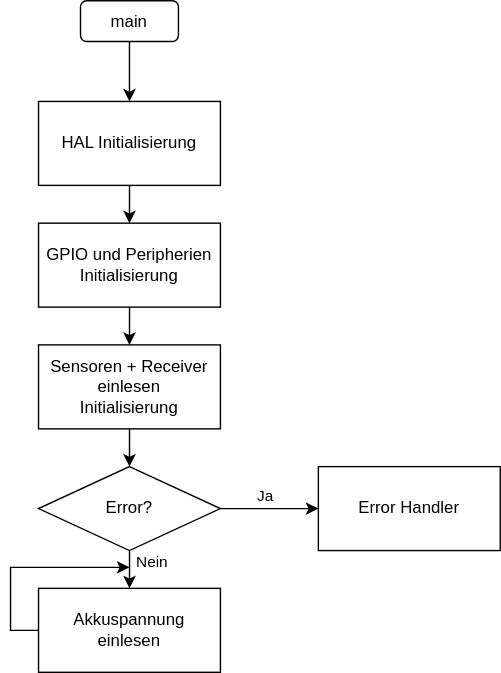
This is Dokumentation/Bilder/Softwarearchitektur/Softwarearchitektur-main.drawio.svg from FrogMoment/FPV_Drohne_202324, a draw.io export, as it was before one commit. Source tidied: cells renumbered, new cells last; positions are measured from the earlier drawing's top-left corner, leaving out a move shared by most shapes. Its diagram source:
```xml
<mxGraphModel>
  <root>
    <mxCell id="0" />
    <mxCell id="1" parent="0" />
    <mxCell id="2" style="edgeStyle=orthogonalEdgeStyle;rounded=0;jettySize=auto;html=1;entryX=0.5;entryY=0;entryDx=0;entryDy=0;" parent="1" edge="1" source="3" target="5">
      <mxGeometry relative="1" as="geometry" />
    </mxCell>
    <mxCell id="3" value="main" style="whiteSpace=wrap;html=1;rounded=1;" parent="1" vertex="1">
      <mxGeometry x="50" width="70" height="29.1" as="geometry" />
    </mxCell>
    <mxCell id="4" style="edgeStyle=orthogonalEdgeStyle;rounded=0;jettySize=auto;html=1;entryX=0.5;entryY=0;entryDx=0;entryDy=0;" parent="1" edge="1" source="5" target="7">
      <mxGeometry relative="1" as="geometry" />
    </mxCell>
    <mxCell id="5" value="HAL Initialisierung" style="whiteSpace=wrap;html=1;" parent="1" vertex="1">
      <mxGeometry x="20" y="72" width="130" height="60" as="geometry" />
    </mxCell>
    <mxCell id="6" style="edgeStyle=orthogonalEdgeStyle;rounded=0;jettySize=auto;html=1;entryX=0.5;entryY=0;entryDx=0;entryDy=0;" parent="1" edge="1" source="7" target="9">
      <mxGeometry relative="1" as="geometry" />
    </mxCell>
    <mxCell id="7" value="GPIO und Peripherien Initialisierung" style="whiteSpace=wrap;html=1;" parent="1" vertex="1">
      <mxGeometry x="20" y="159" width="130" height="60" as="geometry" />
    </mxCell>
    <mxCell id="8" style="edgeStyle=orthogonalEdgeStyle;rounded=0;jettySize=auto;html=1;entryX=0.5;entryY=0;entryDx=0;entryDy=0;" parent="1" edge="1" source="9" target="14">
      <mxGeometry relative="1" as="geometry" />
    </mxCell>
    <mxCell id="9" value="Sensoren + Receiver einlesen&lt;br&gt;Initialisierung" style="whiteSpace=wrap;html=1;" parent="1" vertex="1">
      <mxGeometry x="20" y="246" width="130" height="60" as="geometry" />
    </mxCell>
    <mxCell id="10" style="edgeStyle=orthogonalEdgeStyle;rounded=0;jettySize=auto;html=1;entryX=0.5;entryY=0;entryDx=0;entryDy=0;" parent="1" edge="1" source="14">
      <mxGeometry relative="1" as="geometry">
        <mxPoint x="85" y="420" as="targetPoint" />
      </mxGeometry>
    </mxCell>
    <mxCell id="11" value="Nein" style="edgeLabel;html=1;align=center;verticalAlign=middle;" parent="10" vertex="1">
      <mxGeometry x="-0.27" relative="1" as="geometry">
        <mxPoint x="16" y="-3" as="offset" />
      </mxGeometry>
    </mxCell>
    <mxCell id="12" style="edgeStyle=orthogonalEdgeStyle;rounded=0;jettySize=auto;html=1;entryX=0;entryY=0.5;entryDx=0;entryDy=0;" parent="1" edge="1" source="14" target="15">
      <mxGeometry relative="1" as="geometry" />
    </mxCell>
    <mxCell id="13" value="Ja" style="edgeLabel;html=1;align=center;verticalAlign=middle;" parent="12" vertex="1">
      <mxGeometry x="-0.38" relative="1" as="geometry">
        <mxPoint x="10" y="-9" as="offset" />
      </mxGeometry>
    </mxCell>
    <mxCell id="14" value="Error?" style="rhombus;whiteSpace=wrap;html=1;" parent="1" vertex="1">
      <mxGeometry x="20" y="333" width="130" height="60" as="geometry" />
    </mxCell>
    <mxCell id="15" value="Error Handler" style="whiteSpace=wrap;html=1;" parent="1" vertex="1">
      <mxGeometry x="220" y="333" width="130" height="60" as="geometry" />
    </mxCell>
    <mxCell id="16" value="Akkuspannung&lt;br&gt;einlesen" style="whiteSpace=wrap;html=1;" parent="1" vertex="1">
      <mxGeometry x="20" y="420" width="130" height="60" as="geometry" />
    </mxCell>
    <mxCell id="17" style="endArrow=classic;html=1;rounded=0;exitX=0;exitY=0.5;exitDx=0;exitDy=0;" parent="1" edge="1" source="16">
      <mxGeometry relative="1" as="geometry">
        <mxPoint x="85" y="405" as="targetPoint" />
        <Array as="points">
          <mxPoint y="450" />
          <mxPoint y="405" />
        </Array>
      </mxGeometry>
    </mxCell>
  </root>
</mxGraphModel>
```
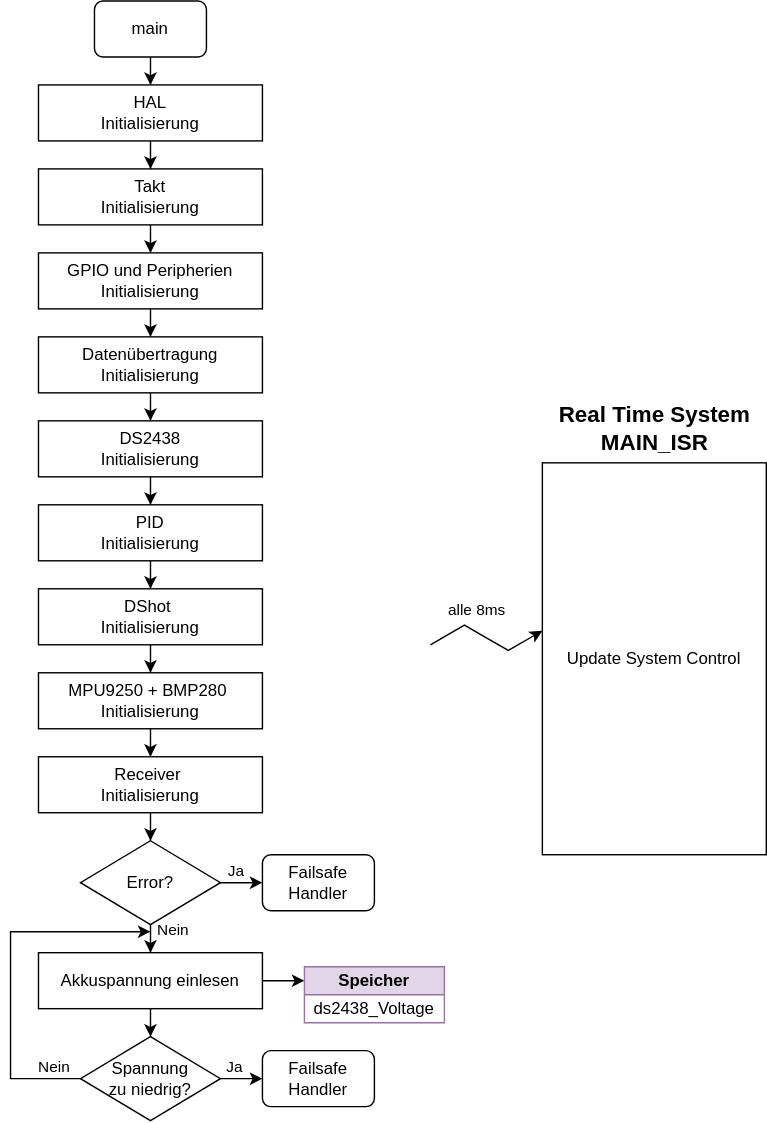
The same file after the commit.

What changed in the source:
```diff
@@ -6,61 +6,143 @@
       <mxGeometry relative="1" as="geometry" />
     </mxCell>
     <mxCell id="3" value="main" style="whiteSpace=wrap;html=1;rounded=1;" parent="1" vertex="1">
-      <mxGeometry x="50" width="70" height="29.1" as="geometry" />
+      <mxGeometry x="890" y="-40" width="80" height="40" as="geometry" />
     </mxCell>
-    <mxCell id="4" style="edgeStyle=orthogonalEdgeStyle;rounded=0;jettySize=auto;html=1;entryX=0.5;entryY=0;entryDx=0;entryDy=0;" parent="1" edge="1" source="5" target="7">
-      <mxGeometry relative="1" as="geometry" />
-    </mxCell>
+    <mxCell id="18" style="edgeStyle=orthogonalEdgeStyle;rounded=0;jettySize=auto;html=1;entryX=0.5;entryY=0;entryDx=0;entryDy=0;" parent="1" edge="1" source="5" target="20">
+      <mxGeometry relative="1" as="geometry" />
+    </mxCell>
-    <mxCell id="5" value="HAL Initialisierung" style="whiteSpace=wrap;html=1;" parent="1" vertex="1">
-      <mxGeometry x="20" y="72" width="130" height="60" as="geometry" />
+    <mxCell id="5" value="HAL&lt;div&gt;Initialisierung&lt;/div&gt;" style="whiteSpace=wrap;html=1;" parent="1" vertex="1">
+      <mxGeometry x="850" y="20" width="160" height="40" as="geometry" />
     </mxCell>
-    <mxCell id="6" style="edgeStyle=orthogonalEdgeStyle;rounded=0;jettySize=auto;html=1;entryX=0.5;entryY=0;entryDx=0;entryDy=0;" parent="1" edge="1" source="7" target="9">
-      <mxGeometry relative="1" as="geometry" />
-    </mxCell>
+    <mxCell id="19" style="edgeStyle=orthogonalEdgeStyle;rounded=0;jettySize=auto;html=1;entryX=0.5;entryY=0;entryDx=0;entryDy=0;" parent="1" edge="1" source="20" target="7">
+      <mxGeometry relative="1" as="geometry" />
+    </mxCell>
+    <mxCell id="20" value="Takt&lt;div&gt;Initialisierung&lt;/div&gt;" style="whiteSpace=wrap;html=1;" parent="1" vertex="1">
+      <mxGeometry x="850" y="80" width="160" height="40" as="geometry" />
+    </mxCell>
+    <mxCell id="21" style="edgeStyle=orthogonalEdgeStyle;rounded=0;jettySize=auto;html=1;entryX=0.5;entryY=0;entryDx=0;entryDy=0;" parent="1" edge="1" source="7" target="23">
+      <mxGeometry relative="1" as="geometry" />
+    </mxCell>
     <mxCell id="7" value="GPIO und Peripherien Initialisierung" style="whiteSpace=wrap;html=1;" parent="1" vertex="1">
-      <mxGeometry x="20" y="159" width="130" height="60" as="geometry" />
+      <mxGeometry x="850" y="140" width="160" height="40" as="geometry" />
     </mxCell>
-    <mxCell id="8" style="edgeStyle=orthogonalEdgeStyle;rounded=0;jettySize=auto;html=1;entryX=0.5;entryY=0;entryDx=0;entryDy=0;" parent="1" edge="1" source="9" target="14">
-      <mxGeometry relative="1" as="geometry" />
-    </mxCell>
-    <mxCell id="9" value="Sensoren + Receiver einlesen&lt;br&gt;Initialisierung" style="whiteSpace=wrap;html=1;" parent="1" vertex="1">
-      <mxGeometry x="20" y="246" width="130" height="60" as="geometry" />
-    </mxCell>
-    <mxCell id="10" style="edgeStyle=orthogonalEdgeStyle;rounded=0;jettySize=auto;html=1;entryX=0.5;entryY=0;entryDx=0;entryDy=0;" parent="1" edge="1" source="14">
-      <mxGeometry relative="1" as="geometry">
-        <mxPoint x="85" y="420" as="targetPoint" />
-      </mxGeometry>
-    </mxCell>
-    <mxCell id="11" value="Nein" style="edgeLabel;html=1;align=center;verticalAlign=middle;" parent="10" vertex="1">
-      <mxGeometry x="-0.27" relative="1" as="geometry">
-        <mxPoint x="16" y="-3" as="offset" />
-      </mxGeometry>
-    </mxCell>
-    <mxCell id="12" style="edgeStyle=orthogonalEdgeStyle;rounded=0;jettySize=auto;html=1;entryX=0;entryY=0.5;entryDx=0;entryDy=0;" parent="1" edge="1" source="14" target="15">
-      <mxGeometry relative="1" as="geometry" />
-    </mxCell>
-    <mxCell id="13" value="Ja" style="edgeLabel;html=1;align=center;verticalAlign=middle;" parent="12" vertex="1">
-      <mxGeometry x="-0.38" relative="1" as="geometry">
-        <mxPoint x="10" y="-9" as="offset" />
-      </mxGeometry>
-    </mxCell>
+    <mxCell id="22" style="edgeStyle=orthogonalEdgeStyle;rounded=0;jettySize=auto;html=1;entryX=0.5;entryY=0;entryDx=0;entryDy=0;" parent="1" edge="1" source="23" target="25">
+      <mxGeometry relative="1" as="geometry" />
+    </mxCell>
+    <mxCell id="23" value="Datenübertragung&lt;div&gt;Initialisierung&lt;/div&gt;" style="whiteSpace=wrap;html=1;" parent="1" vertex="1">
+      <mxGeometry x="850" y="200" width="160" height="40" as="geometry" />
+    </mxCell>
+    <mxCell id="24" style="edgeStyle=orthogonalEdgeStyle;rounded=0;jettySize=auto;html=1;entryX=0.5;entryY=0;entryDx=0;entryDy=0;" parent="1" edge="1" source="25" target="27">
+      <mxGeometry relative="1" as="geometry" />
+    </mxCell>
+    <mxCell id="25" value="DS2438&lt;div&gt;Initialisierung&lt;/div&gt;" style="whiteSpace=wrap;html=1;" parent="1" vertex="1">
+      <mxGeometry x="850" y="260" width="160" height="40" as="geometry" />
+    </mxCell>
+    <mxCell id="26" style="edgeStyle=orthogonalEdgeStyle;rounded=0;jettySize=auto;html=1;entryX=0.5;entryY=0;entryDx=0;entryDy=0;" parent="1" edge="1" source="27" target="29">
+      <mxGeometry relative="1" as="geometry" />
+    </mxCell>
+    <mxCell id="27" value="PID&lt;div&gt;Initialisierung&lt;/div&gt;" style="whiteSpace=wrap;html=1;" parent="1" vertex="1">
+      <mxGeometry x="850" y="320" width="160" height="40" as="geometry" />
+    </mxCell>
+    <mxCell id="28" style="edgeStyle=orthogonalEdgeStyle;rounded=0;jettySize=auto;html=1;entryX=0.5;entryY=0;entryDx=0;entryDy=0;" parent="1" edge="1" source="29" target="31">
+      <mxGeometry relative="1" as="geometry" />
+    </mxCell>
+    <mxCell id="29" value="&lt;div&gt;DShot&amp;nbsp;&lt;/div&gt;&lt;div&gt;Initialisierung&lt;/div&gt;" style="whiteSpace=wrap;html=1;" parent="1" vertex="1">
+      <mxGeometry x="850" y="380" width="160" height="40" as="geometry" />
+    </mxCell>
+    <mxCell id="30" style="edgeStyle=orthogonalEdgeStyle;rounded=0;jettySize=auto;html=1;entryX=0.5;entryY=0;entryDx=0;entryDy=0;" parent="1" edge="1" source="31" target="33">
+      <mxGeometry relative="1" as="geometry" />
+    </mxCell>
+    <mxCell id="31" value="&lt;div&gt;MPU9250 + BMP280&amp;nbsp;&lt;/div&gt;&lt;div&gt;Initialisierung&lt;/div&gt;" style="whiteSpace=wrap;html=1;" parent="1" vertex="1">
+      <mxGeometry x="850" y="440" width="160" height="40" as="geometry" />
+    </mxCell>
+    <mxCell id="32" style="edgeStyle=orthogonalEdgeStyle;rounded=0;jettySize=auto;html=1;entryX=0.5;entryY=0;entryDx=0;entryDy=0;" parent="1" edge="1" source="33" target="14">
+      <mxGeometry relative="1" as="geometry" />
+    </mxCell>
+    <mxCell id="33" value="&lt;div&gt;Receiver&amp;nbsp;&lt;/div&gt;&lt;div&gt;Initialisierung&lt;/div&gt;" style="whiteSpace=wrap;html=1;" parent="1" vertex="1">
+      <mxGeometry x="850" y="500" width="160" height="40" as="geometry" />
+    </mxCell>
+    <mxCell id="34" style="edgeStyle=orthogonalEdgeStyle;rounded=0;jettySize=auto;html=1;entryX=0;entryY=0.5;entryDx=0;entryDy=0;" parent="1" edge="1" source="14" target="38">
+      <mxGeometry relative="1" as="geometry" />
+    </mxCell>
+    <mxCell id="35" value="Ja" style="edgeLabel;html=1;align=center;verticalAlign=middle;" parent="34" vertex="1">
+      <mxGeometry x="-0.38" y="2" relative="1" as="geometry">
+        <mxPoint x="-5" y="-6" as="offset" />
+      </mxGeometry>
+    </mxCell>
+    <mxCell id="36" style="edgeStyle=orthogonalEdgeStyle;rounded=0;jettySize=auto;html=1;entryX=0.5;entryY=0;entryDx=0;entryDy=0;" parent="1" edge="1" source="14" target="16">
+      <mxGeometry relative="1" as="geometry" />
+    </mxCell>
+    <mxCell id="37" value="Nein" style="edgeLabel;html=1;align=center;verticalAlign=middle;" parent="36" vertex="1">
+      <mxGeometry x="0.56" y="1" relative="1" as="geometry">
+        <mxPoint x="15" y="-3" as="offset" />
+      </mxGeometry>
+    </mxCell>
     <mxCell id="14" value="Error?" style="rhombus;whiteSpace=wrap;html=1;" parent="1" vertex="1">
-      <mxGeometry x="20" y="333" width="130" height="60" as="geometry" />
+      <mxGeometry x="880" y="560" width="100" height="60" as="geometry" />
     </mxCell>
-    <mxCell id="15" value="Error Handler" style="whiteSpace=wrap;html=1;" parent="1" vertex="1">
-      <mxGeometry x="220" y="333" width="130" height="60" as="geometry" />
-    </mxCell>
+    <mxCell id="38" value="Failsafe Handler" style="whiteSpace=wrap;html=1;rounded=1;" parent="1" vertex="1">
+      <mxGeometry x="1010" y="570" width="80" height="40" as="geometry" />
+    </mxCell>
+    <mxCell id="39" style="edgeStyle=orthogonalEdgeStyle;rounded=0;jettySize=auto;html=1;entryX=0.5;entryY=0;entryDx=0;entryDy=0;" parent="1" edge="1" source="16" target="45">
+      <mxGeometry relative="1" as="geometry" />
+    </mxCell>
+    <mxCell id="40" style="edgeStyle=orthogonalEdgeStyle;rounded=0;jettySize=auto;html=1;entryX=0;entryY=0.25;entryDx=0;entryDy=0;" parent="1" edge="1" source="16" target="51">
+      <mxGeometry relative="1" as="geometry" />
+    </mxCell>
-    <mxCell id="16" value="Akkuspannung&lt;br&gt;einlesen" style="whiteSpace=wrap;html=1;" parent="1" vertex="1">
-      <mxGeometry x="20" y="420" width="130" height="60" as="geometry" />
+    <mxCell id="16" value="&lt;div&gt;Akkuspannung einlesen&lt;/div&gt;" style="whiteSpace=wrap;html=1;" parent="1" vertex="1">
+      <mxGeometry x="850" y="640" width="160" height="40" as="geometry" />
     </mxCell>
-    <mxCell id="17" style="endArrow=classic;html=1;rounded=0;exitX=0;exitY=0.5;exitDx=0;exitDy=0;" parent="1" edge="1" source="16">
-      <mxGeometry relative="1" as="geometry">
-        <mxPoint x="85" y="405" as="targetPoint" />
-        <Array as="points">
-          <mxPoint y="450" />
-          <mxPoint y="405" />
-        </Array>
-      </mxGeometry>
-    </mxCell>
+    <mxCell id="41" style="edgeStyle=orthogonalEdgeStyle;rounded=0;jettySize=auto;html=1;entryX=0;entryY=0.5;entryDx=0;entryDy=0;" parent="1" edge="1" source="45" target="46">
+      <mxGeometry relative="1" as="geometry" />
+    </mxCell>
+    <mxCell id="42" value="Ja" style="edgeLabel;html=1;align=center;verticalAlign=middle;" parent="41" vertex="1">
+      <mxGeometry x="0.26" y="1" relative="1" as="geometry">
+        <mxPoint x="-2" y="-7" as="offset" />
+      </mxGeometry>
+    </mxCell>
+    <mxCell id="43" style="edgeStyle=orthogonalEdgeStyle;rounded=0;jettySize=auto;html=1;exitX=0;exitY=0.5;exitDx=0;exitDy=0;" parent="1" edge="1" source="45">
+      <mxGeometry relative="1" as="geometry">
+        <mxPoint x="930" y="625" as="targetPoint" />
+        <Array as="points">
+          <mxPoint x="830" y="730" />
+          <mxPoint x="830" y="625" />
+        </Array>
+      </mxGeometry>
+    </mxCell>
+    <mxCell id="44" value="Nein" style="edgeLabel;html=1;align=center;verticalAlign=middle;" parent="43" vertex="1">
+      <mxGeometry x="-0.85" y="-1" relative="1" as="geometry">
+        <mxPoint y="-7" as="offset" />
+      </mxGeometry>
+    </mxCell>
+    <mxCell id="45" value="Spannung&lt;div&gt;zu niedrig?&lt;/div&gt;" style="rhombus;whiteSpace=wrap;html=1;" parent="1" vertex="1">
+      <mxGeometry x="880" y="700" width="100" height="60" as="geometry" />
+    </mxCell>
+    <mxCell id="46" value="Failsafe Handler" style="whiteSpace=wrap;html=1;rounded=1;" parent="1" vertex="1">
+      <mxGeometry x="1010" y="710" width="80" height="40" as="geometry" />
+    </mxCell>
+    <mxCell id="47" style="edgeStyle=isometricEdgeStyle;endArrow=classic;html=1;rounded=0;endFill=1;" parent="1" edge="1">
+      <mxGeometry relative="1" as="geometry">
+        <mxPoint x="1130" y="420" as="sourcePoint" />
+        <mxPoint x="1210" y="410" as="targetPoint" />
+      </mxGeometry>
+    </mxCell>
+    <mxCell id="48" value="alle 8ms" style="edgeLabel;html=1;align=center;verticalAlign=middle;" parent="47" vertex="1">
+      <mxGeometry x="-0.25" y="-1" relative="1" as="geometry">
+        <mxPoint x="3" y="-15" as="offset" />
+      </mxGeometry>
+    </mxCell>
+    <mxCell id="49" value="&lt;div&gt;Update System Control&lt;/div&gt;" style="whiteSpace=wrap;html=1;" parent="1" vertex="1">
+      <mxGeometry x="1210" y="290" width="160" height="280" as="geometry" />
+    </mxCell>
+    <mxCell id="50" value="&lt;div&gt;&lt;b&gt;&lt;font style=&quot;font-size: 16px;&quot;&gt;Real Time System&lt;/font&gt;&lt;/b&gt;&lt;/div&gt;&lt;b&gt;&lt;font style=&quot;font-size: 16px;&quot;&gt;MAIN_ISR&lt;/font&gt;&lt;/b&gt;" style="text;html=1;align=center;verticalAlign=middle;strokeColor=none;fillColor=none;" parent="1" vertex="1">
+      <mxGeometry x="1210" y="240" width="160" height="50" as="geometry" />
+    </mxCell>
+    <mxCell id="51" value="&lt;b&gt;Speicher&lt;/b&gt;" style="swimlane;fontStyle=0;horizontal=1;startSize=20;whiteSpace=wrap;html=1;fillColor=#e1d5e7;strokeColor=#9673a6;" parent="1" vertex="1">
+      <mxGeometry x="1040" y="650" width="100" height="40" as="geometry" />
+    </mxCell>
+    <mxCell id="52" value="&lt;font style=&quot;font-size: 12px;&quot;&gt;ds2438_Voltage&lt;/font&gt;" style="text;strokeColor=none;fillColor=none;align=center;verticalAlign=middle;spacingLeft=4;spacingRight=4;overflow=hidden;whiteSpace=wrap;html=1;" parent="51" vertex="1">
+      <mxGeometry y="20" width="100" height="20" as="geometry" />
+    </mxCell>
   </root>
 </mxGraphModel>
```
